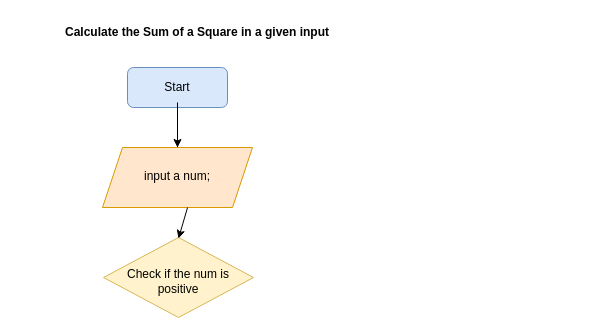
Before: Sum of square alx.drawio in redolfosei/flowCharts, a draw.io diagram. Source tidied: cells renumbered, new cells numbered last; positions are measured from the earlier drawing's top-left corner, leaving out a move shared by most shapes. Both pictures are drawn from the tidied source at 100%, with x=0, y=0 at pixel (17, 17).
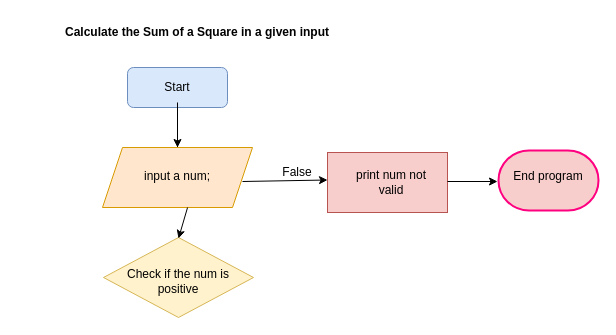
The same diagram, later.

Change to the diagram source:
```diff
@@
+    <mxCell id="12" style="endArrow=classic;html=1;rounded=0;entryX=1;entryY=0.75;entryDx=0;entryDy=0;" parent="1" edge="1" target="13">
+      <mxGeometry relative="1" as="geometry">
+        <mxPoint x="225" y="164" as="sourcePoint" />
+        <Array as="points">
+          <mxPoint x="225" y="164" />
+        </Array>
+      </mxGeometry>
+    </mxCell>
+    <mxCell id="13" value="False " style="text;html=1;strokeColor=none;fillColor=none;align=center;verticalAlign=middle;whiteSpace=wrap;rounded=0;" parent="1" vertex="1">
+      <mxGeometry x="250" y="140" width="60" height="30" as="geometry" />
+    </mxCell>
+    <mxCell id="14" style="rounded=0;whiteSpace=wrap;html=1;fillColor=#f8cecc;strokeColor=#b85450;" parent="1" vertex="1">
+      <mxGeometry x="310" y="135" width="120" height="60" as="geometry" />
+    </mxCell>
+    <mxCell id="15" value="print num not valid" style="text;html=1;strokeColor=none;fillColor=none;align=center;verticalAlign=middle;whiteSpace=wrap;rounded=0;" parent="1" vertex="1">
+      <mxGeometry x="324" y="150" width="100" height="30" as="geometry" />
+    </mxCell>
+    <mxCell id="16" style="endArrow=classic;html=1;rounded=0;" parent="1" edge="1">
+      <mxGeometry relative="1" as="geometry">
+        <mxPoint x="430" y="164" as="sourcePoint" />
+        <mxPoint x="480" y="164" as="targetPoint" />
+      </mxGeometry>
+    </mxCell>
+    <mxCell id="17" style="strokeWidth=2;html=1;shape=mxgraph.flowchart.terminator;whiteSpace=wrap;fillColor=#f8cecc;strokeColor=#FF0080;" parent="1" vertex="1">
+      <mxGeometry x="481" y="133" width="100" height="60" as="geometry" />
+    </mxCell>
+    <mxCell id="18" value="End program" style="text;html=1;strokeColor=none;fillColor=none;align=center;verticalAlign=middle;whiteSpace=wrap;rounded=0;" parent="1" vertex="1">
+      <mxGeometry x="481" y="144" width="100" height="30" as="geometry" />
+    </mxCell>
```
